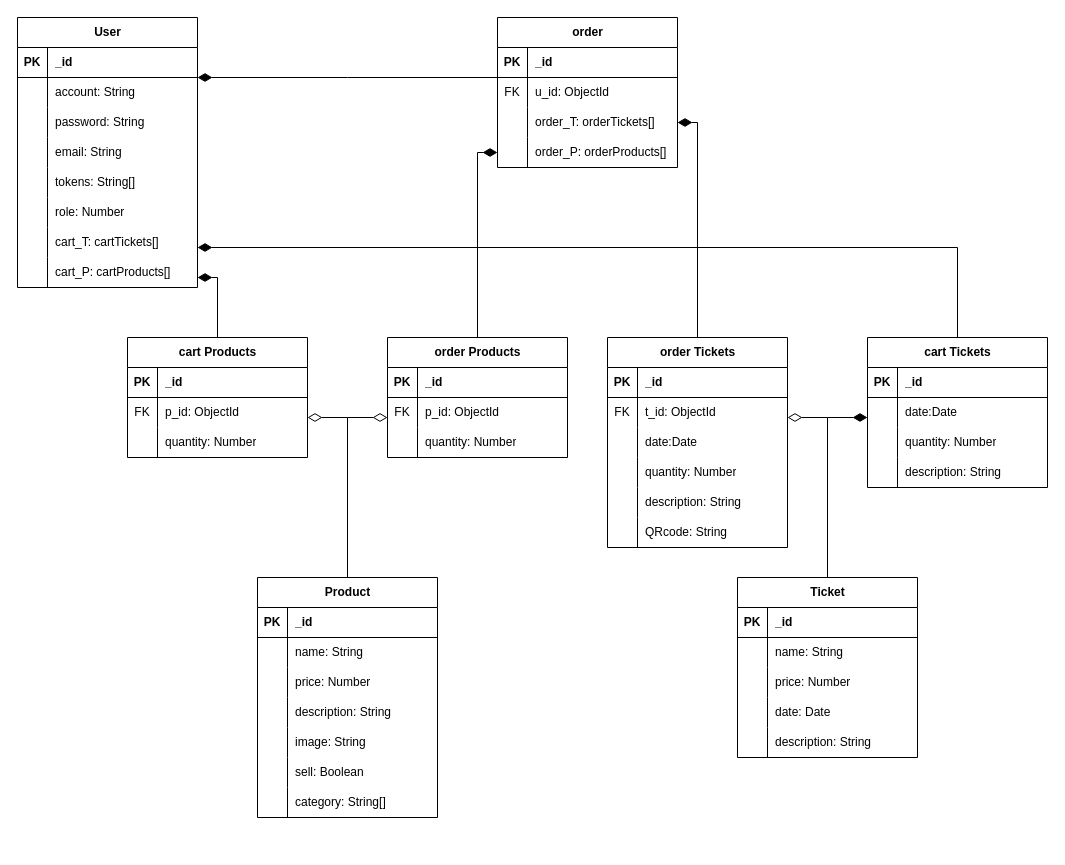
Inori0107/Muller- keeps this draw.io diagram as 形象網站專題/database.drawio. Above is the earlier version. Source tidied: cells renumbered, new cells numbered last; positions are measured from the earlier drawing's top-left corner, leaving out a move shared by most shapes. Both pictures are drawn from the tidied source at 100%, with x=0, y=0 at pixel (17, 17).
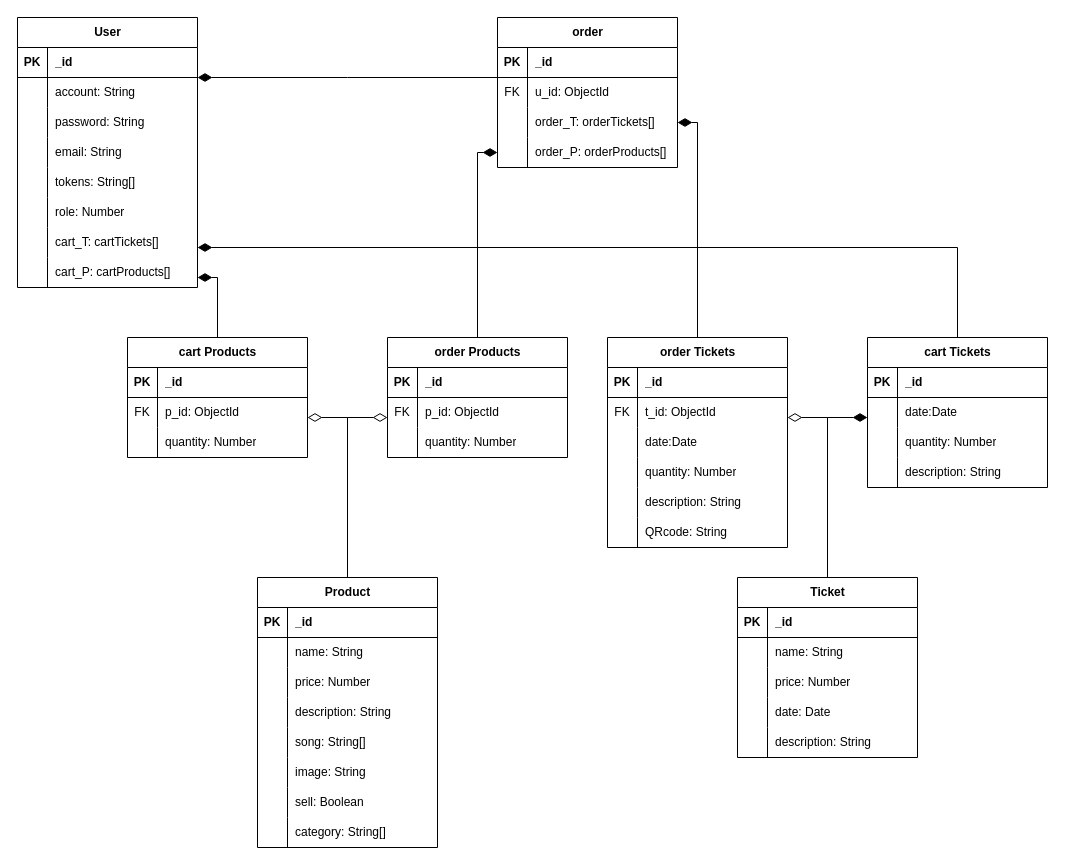
Above is the later version.

Change to the diagram source:
```diff
@@
     <mxCell id="48" value="Product" style="shape=table;startSize=30;childLayout=tableLayout;rowLines=0;fontStyle=1;align=center;html=1;" parent="1" vertex="1">
-      <mxGeometry x="240" y="560" width="180" height="240" as="geometry" />
+      <mxGeometry x="240" y="560" width="180" height="270" as="geometry" />
     </mxCell>
@@
+    <mxCell id="144" style="shape=tableRow;horizontal=0;startSize=0;swimlaneHead=0;swimlaneBody=0;fillColor=none;top=0;left=0;right=0;bottom=0;" parent="48" vertex="1">
+      <mxGeometry y="150" width="180" height="30" as="geometry" />
+    </mxCell>
+    <mxCell id="145" style="shape=partialRectangle;fillColor=none;top=0;left=0;bottom=0;right=0;overflow=hidden;whiteSpace=wrap;html=1;" parent="144" vertex="1">
+      <mxGeometry width="30" height="30" as="geometry" />
+    </mxCell>
+    <mxCell id="146" value="song: String[]" style="shape=partialRectangle;fillColor=none;top=0;left=0;bottom=0;right=0;align=left;spacingLeft=6;overflow=hidden;whiteSpace=wrap;html=1;" parent="144" vertex="1">
+      <mxGeometry x="30" width="150" height="30" as="geometry" />
+    </mxCell>
     <mxCell id="61" style="shape=tableRow;horizontal=0;startSize=0;swimlaneHead=0;swimlaneBody=0;fillColor=none;top=0;left=0;right=0;bottom=0;" parent="48" vertex="1">
-      <mxGeometry y="150" width="180" height="30" as="geometry" />
+      <mxGeometry y="180" width="180" height="30" as="geometry" />
     </mxCell>
@@
     <mxCell id="64" style="shape=tableRow;horizontal=0;startSize=0;swimlaneHead=0;swimlaneBody=0;fillColor=none;top=0;left=0;right=0;bottom=0;" parent="48" vertex="1">
-      <mxGeometry y="180" width="180" height="30" as="geometry" />
+      <mxGeometry y="210" width="180" height="30" as="geometry" />
     </mxCell>
@@
     <mxCell id="67" style="shape=tableRow;horizontal=0;startSize=0;swimlaneHead=0;swimlaneBody=0;fillColor=none;top=0;left=0;right=0;bottom=0;" parent="48" vertex="1">
-      <mxGeometry y="210" width="180" height="30" as="geometry" />
+      <mxGeometry y="240" width="180" height="30" as="geometry" />
     </mxCell>
```
